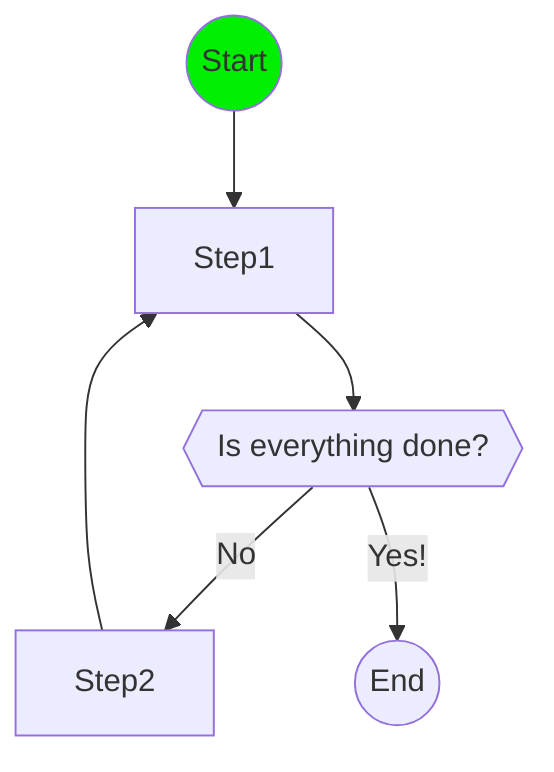
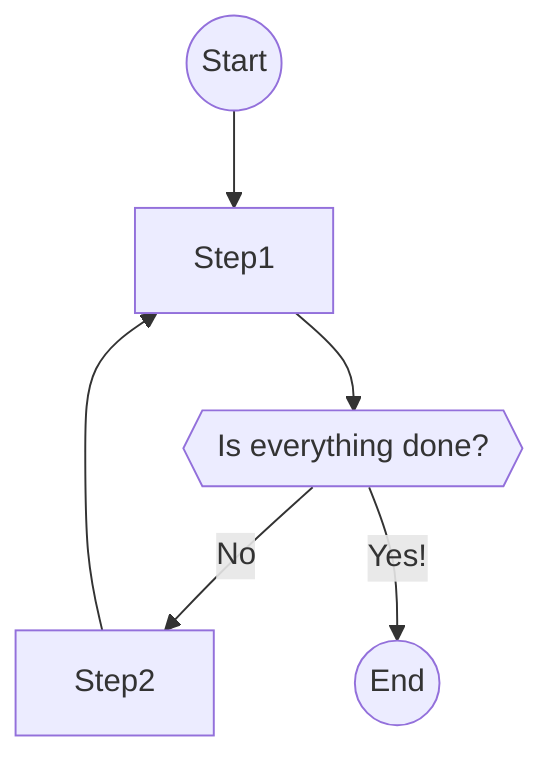
flowchart TD
- node0:::executed@{ shape: circle, label: "Start"}
+ node0@{ shape: circle, label: "Start"}
node1["Step1"]
node0 --> node1
node2@{ shape: hex, label: "Is everything done?"}
node1 --> node2
node3["Step2"]
node2 -->|"No"| node3
node3 --> node1
node4@{ shape: circle, label: "End"}
node2 -->|"Yes!"| node4
- classDef executed fill:#0e0
